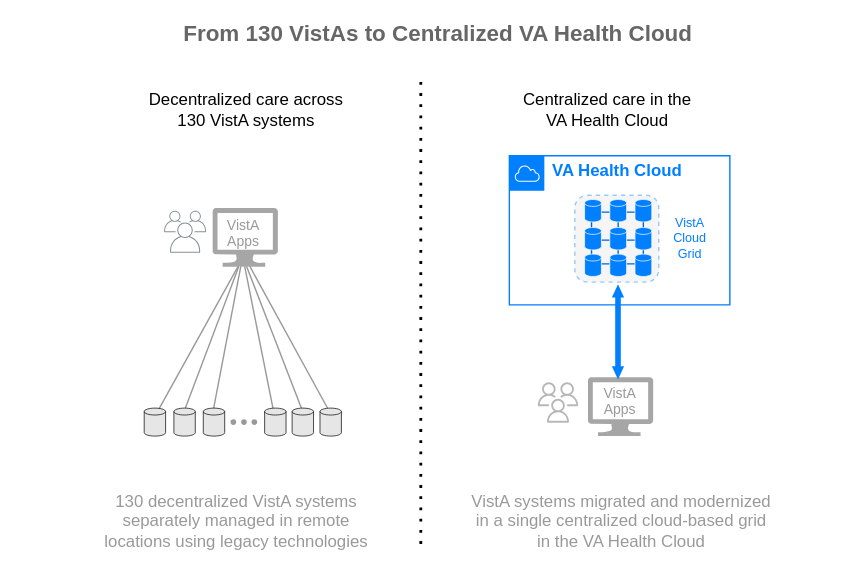
Above: img/vista-to-vaec-4.svg in cloudvista/vaa (draw.io), before the change. Source tidied: cells renumbered, new cells last; positions are measured from the earlier drawing's top-left corner, leaving out a move shared by most shapes.
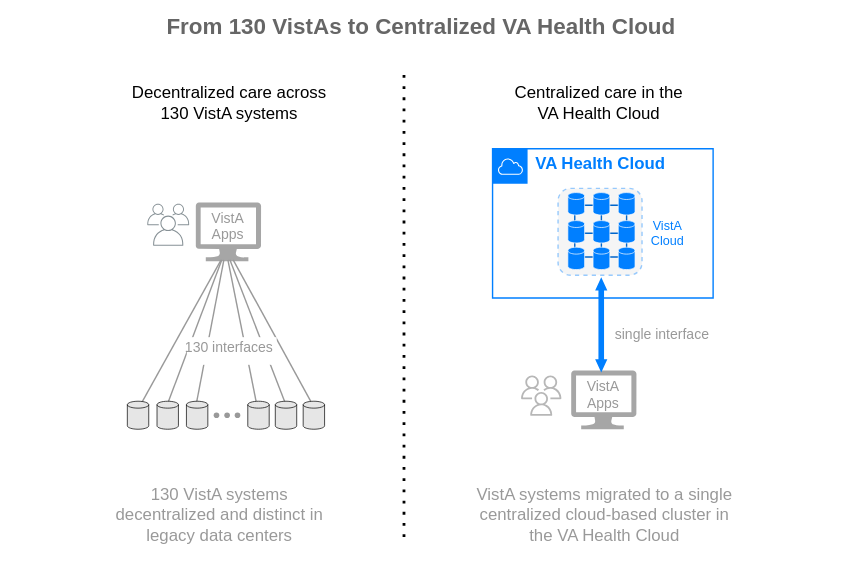
Later version of the same file.

Change to the diagram source:
```diff
@@ -3,8 +3,11 @@
     <mxCell id="0" />
     <mxCell id="1" parent="0" />
     <mxCell id="2" style="rounded=0;whiteSpace=wrap;html=1;fontColor=#0066CC;strokeColor=none;" parent="1" vertex="1">
-      <mxGeometry width="600" height="418" as="geometry" />
+      <mxGeometry x="11.6" y="5" width="600" height="400" as="geometry" />
     </mxCell>
+    <mxCell id="32" style="sketch=0;shadow=0;dashed=0;html=1;strokeColor=none;labelPosition=center;verticalLabelPosition=bottom;verticalAlign=top;align=center;fillColor=#808080;shape=mxgraph.azure.computer;strokeWidth=2;opacity=70;" parent="1" vertex="1">
+      <mxGeometry x="151.3" y="149" width="46.7" height="42" as="geometry" />
+    </mxCell>
     <mxCell id="3" style="endArrow=none;html=1;strokeColor=#999999;exitX=0.49;exitY=0.193;exitDx=0;exitDy=0;exitPerimeter=0;" parent="1" edge="1" source="33">
       <mxGeometry relative="1" as="geometry">
         <mxPoint x="178" y="190" as="targetPoint" />
@@ -45,7 +48,7 @@
       <mxGeometry x="116.6" y="8" width="390" height="30" as="geometry" />
     </mxCell>
     <mxCell id="11" value="Centralized care in the&lt;br&gt;VA Health Cloud" style="text;html=1;align=center;verticalAlign=middle;strokeColor=none;fillColor=none;" parent="1" vertex="1">
-      <mxGeometry x="363.2" y="58" width="140" height="40" as="geometry" />
+      <mxGeometry x="369.2" y="58" width="140" height="40" as="geometry" />
     </mxCell>
     <mxCell id="12" style="sketch=0;shadow=0;dashed=0;html=1;strokeColor=none;labelPosition=center;verticalLabelPosition=bottom;verticalAlign=top;align=center;fillColor=#808080;shape=mxgraph.azure.computer;strokeWidth=2;opacity=70;" parent="1" vertex="1">
       <mxGeometry x="419.3" y="269" width="46.7" height="42" as="geometry" />
@@ -66,7 +69,7 @@
       </mxGeometry>
     </mxCell>
     <mxCell id="17" value="&lt;font color=&quot;#999999&quot;&gt;VistA&lt;br&gt;Apps&lt;/font&gt;" style="text;html=1;align=center;verticalAlign=middle;strokeColor=none;fillColor=none;fontSize=10;" parent="1" vertex="1">
-      <mxGeometry x="147.6" y="146" width="50" height="40" as="geometry" />
+      <mxGeometry x="149.3" y="146" width="50" height="40" as="geometry" />
     </mxCell>
     <mxCell id="18" style="shape=cylinder3;whiteSpace=wrap;html=1;boundedLbl=1;backgroundOutline=1;size=2.4705882352940876;strokeColor=#000000;strokeWidth=0.5;fillColor=#E6E6E6;gradientColor=none;" parent="1" vertex="1">
       <mxGeometry x="123.6" y="291" width="15.3" height="20" as="geometry" />
@@ -83,11 +86,11 @@
     <mxCell id="22" style="shape=cylinder3;whiteSpace=wrap;html=1;boundedLbl=1;backgroundOutline=1;size=2.4705882352940876;strokeColor=#000000;strokeWidth=0.5;fillColor=#E6E6E6;gradientColor=none;" parent="1" vertex="1">
       <mxGeometry x="208.1" y="291" width="15.3" height="20" as="geometry" />
     </mxCell>
-    <mxCell id="23" value="130 decentralized VistA systems&lt;br&gt;separately managed in remote&lt;br&gt;locations using legacy technologies" style="text;html=1;align=center;verticalAlign=middle;strokeColor=none;fillColor=none;fontColor=#999999;" parent="1" vertex="1">
-      <mxGeometry x="62.9" y="342" width="210" height="60" as="geometry" />
+    <mxCell id="23" value="130 VistA systems&lt;br&gt;decentralized and distinct in&lt;br&gt;legacy data centers" style="text;html=1;align=center;verticalAlign=middle;strokeColor=none;fillColor=none;fontColor=#999999;" parent="1" vertex="1">
+      <mxGeometry x="82.9" y="342" width="170" height="60" as="geometry" />
     </mxCell>
-    <mxCell id="24" value="VistA systems migrated and modernized&lt;br&gt;in a single centralized cloud-based grid&lt;br&gt;in the VA Health Cloud" style="text;html=1;align=center;verticalAlign=middle;strokeColor=none;fillColor=none;fontColor=#999999;" parent="1" vertex="1">
-      <mxGeometry x="322.7" y="342" width="240" height="60" as="geometry" />
+    <mxCell id="24" value="VistA systems migrated to a single&lt;br&gt;centralized cloud-based cluster in &lt;br&gt;the VA Health Cloud" style="text;html=1;align=center;verticalAlign=middle;strokeColor=none;fillColor=none;fontColor=#999999;" parent="1" vertex="1">
+      <mxGeometry x="337.7" y="342" width="210" height="60" as="geometry" />
     </mxCell>
     <mxCell id="25" style="group;" parent="1" vertex="1">
       <mxGeometry x="164.1" y="299" width="19" height="4" as="geometry" />
@@ -110,9 +113,6 @@
     <mxCell id="31" value="&lt;b&gt;&lt;font color=&quot;#007fff&quot; style=&quot;font-size: 12px;&quot;&gt;VA Health Cloud&lt;/font&gt;&lt;/b&gt;" style="text;html=1;align=center;verticalAlign=middle;strokeColor=none;fillColor=none;fontColor=#0066CC;labelBackgroundColor=default;" parent="30" vertex="1">
       <mxGeometry x="17" y="-3.8" width="120" height="30" as="geometry" />
     </mxCell>
-    <mxCell id="32" style="sketch=0;shadow=0;dashed=0;html=1;strokeColor=none;labelPosition=center;verticalLabelPosition=bottom;verticalAlign=top;align=center;fillColor=#808080;shape=mxgraph.azure.computer;strokeWidth=2;opacity=70;" parent="1" vertex="1">
-      <mxGeometry x="151.3" y="148" width="46.7" height="42" as="geometry" />
-    </mxCell>
     <mxCell id="33" style="shape=cylinder3;whiteSpace=wrap;html=1;boundedLbl=1;backgroundOutline=1;size=2.4705882352940876;strokeColor=#000000;strokeWidth=0.5;fillColor=#E6E6E6;gradientColor=none;" parent="1" vertex="1">
       <mxGeometry x="228" y="291" width="15.3" height="20" as="geometry" />
     </mxCell>
@@ -185,8 +185,20 @@
     <mxCell id="50" style="shape=cylinder3;whiteSpace=wrap;html=1;boundedLbl=1;backgroundOutline=1;size=2.4705882352940876;strokeColor=#FFFFFF;strokeWidth=0.5;fillColor=#007FFF;gradientColor=none;" parent="34" vertex="1">
       <mxGeometry x="43" y="42" width="12" height="16" as="geometry" />
     </mxCell>
-    <mxCell id="51" value="VistA&lt;br style=&quot;font-size: 9px;&quot;&gt;Cloud&lt;br style=&quot;font-size: 9px;&quot;&gt;Grid" style="text;html=1;align=center;verticalAlign=middle;strokeColor=none;fillColor=none;fontColor=#007FFF;fontSize=9;" parent="1" vertex="1">
-      <mxGeometry x="467" y="145" width="50" height="50" as="geometry" />
+    <mxCell id="51" value="VistA&lt;br style=&quot;font-size: 9px;&quot;&gt;Cloud" style="text;html=1;align=center;verticalAlign=middle;strokeColor=none;fillColor=none;fontColor=#007FFF;fontSize=9;" parent="1" vertex="1">
+      <mxGeometry x="463" y="151" width="50" height="40" as="geometry" />
     </mxCell>
+    <mxCell id="52" value="&lt;div style=&quot;text-align: center;&quot;&gt;&lt;span style=&quot;font-size: 10px; color: rgb(153, 153, 153); background-color: initial;&quot;&gt;single interface&lt;/span&gt;&lt;br&gt;&lt;/div&gt;" style="text;whiteSpace=wrap;html=1;fontSize=12;fontColor=#007FFF;" parent="1" vertex="1">
+      <mxGeometry x="449" y="229.2" width="80" height="19.8" as="geometry" />
+    </mxCell>
+    <mxCell id="53" style="group;" parent="1" vertex="1">
+      <mxGeometry x="141.6" y="242.2" width="67.5" height="22.8" as="geometry" />
+    </mxCell>
+    <mxCell id="54" style="rounded=0;whiteSpace=wrap;html=1;dashed=1;labelBackgroundColor=#007FFF;strokeColor=none;fontSize=12;fontColor=#007FFF;fillColor=#FFFFFF;" parent="53" vertex="1">
+      <mxGeometry x="3.3" y="3" width="64.2" height="19.8" as="geometry" />
+    </mxCell>
+    <mxCell id="55" value="&lt;div style=&quot;text-align: center;&quot;&gt;&lt;span style=&quot;background-color: initial; font-size: 10px;&quot;&gt;&lt;font color=&quot;#999999&quot;&gt;130&amp;nbsp;&lt;/font&gt;&lt;/span&gt;&lt;span style=&quot;font-size: 10px; color: rgb(153, 153, 153); background-color: initial;&quot;&gt;interfaces&lt;/span&gt;&lt;/div&gt;" style="text;whiteSpace=wrap;html=1;fontSize=12;fontColor=#007FFF;" parent="53" vertex="1">
+      <mxGeometry y="-4" width="67.5" height="22.8" as="geometry" />
+    </mxCell>
   </root>
 </mxGraphModel>
```
